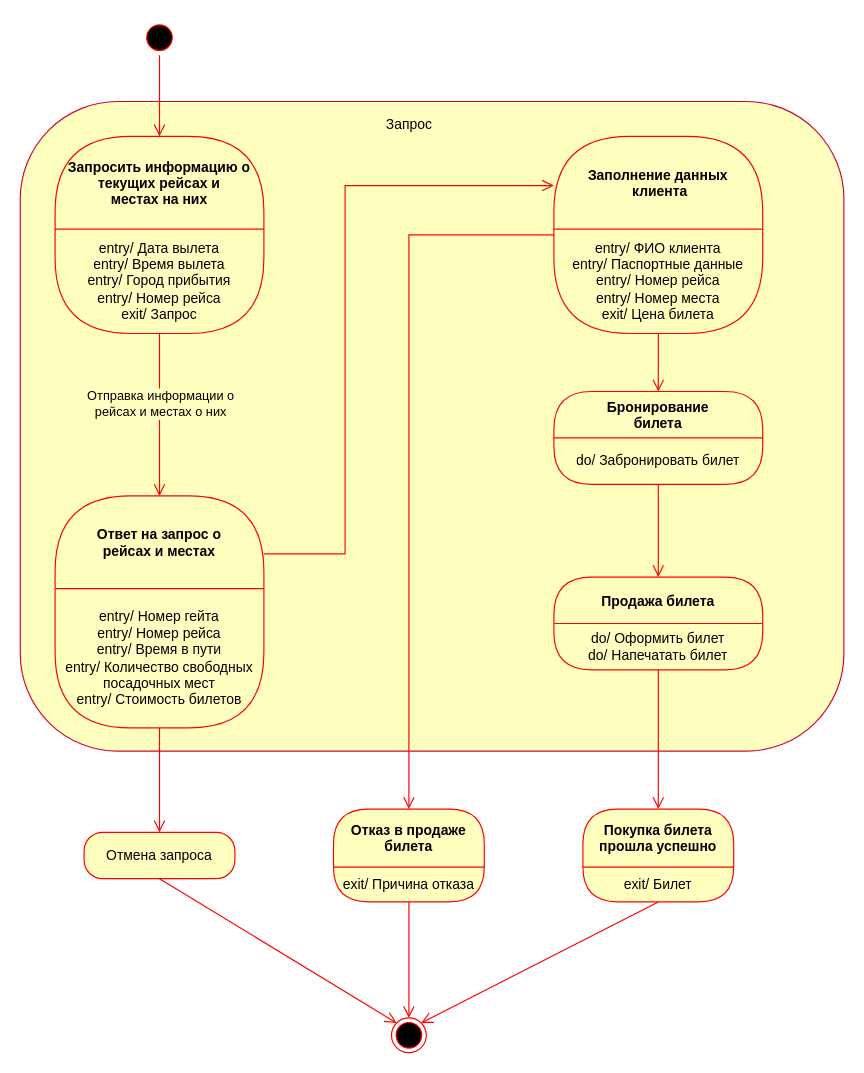
This is page "Бд 4(не готово)" (15 of 17) of IKBO-11-20_Kuzin.drawio from Rattokun/ModelRep, a draw.io file, before an edit. Source tidied: cells renumbered, new cells numbered last; positions are measured from the earlier drawing's top-left corner, leaving out a move shared by most shapes. Both pictures are drawn from the tidied source at 116%, with x=0, y=0 at pixel (20, 20).
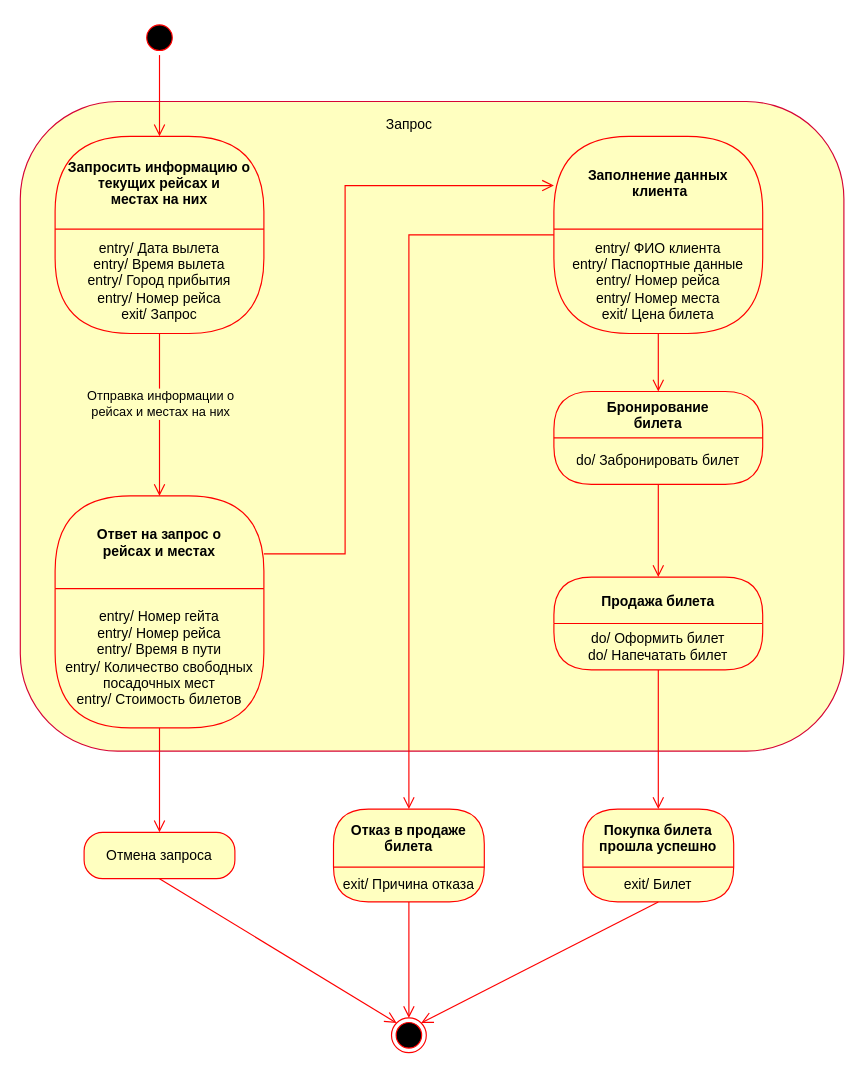
The same page after the edit.

Unchanged cells that the change refers to:
```xml
<mxCell id="11" style="edgeStyle=orthogonalEdgeStyle;html=1;verticalAlign=bottom;endArrow=open;endSize=8;strokeColor=#ff0000;rounded=0;exitX=0.5;exitY=1;exitDx=0;exitDy=0;entryX=0.5;entryY=0;entryDx=0;entryDy=0;" parent="1" edge="1" source="8" target="9">
  <mxGeometry relative="1" as="geometry" />
</mxCell>
```

What changed in the source:
```diff
@@
-    <mxCell id="12" value="Отправка информации о &lt;br&gt;рейсах и местах о них" style="edgeLabel;html=1;align=center;verticalAlign=middle;labelBackgroundColor=#FFFFC0;fontColor=default;" parent="11" vertex="1">
+    <mxCell id="12" value="Отправка информации о &lt;br&gt;рейсах и местах на них" style="edgeLabel;html=1;align=center;verticalAlign=middle;labelBackgroundColor=#FFFFC0;fontColor=default;" parent="11" vertex="1">
       <mxGeometry x="-0.27" relative="1" as="geometry">
         <mxPoint y="9" as="offset" />
       </mxGeometry>
     </mxCell>
```
